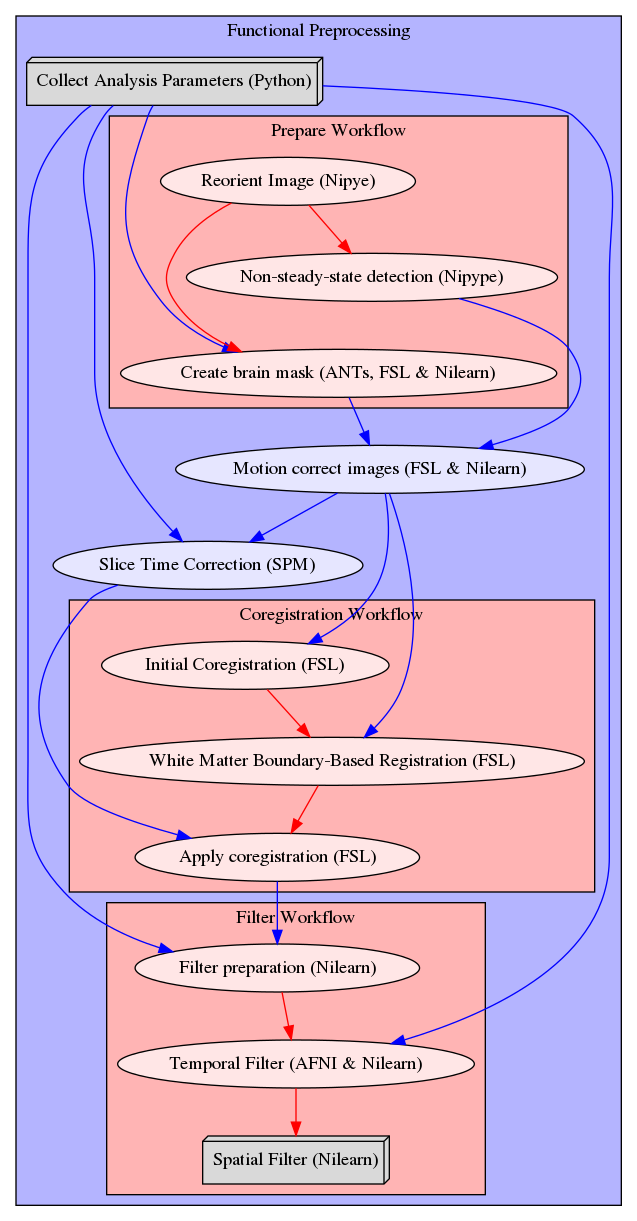
Above: static/preproc_func.png in miykael/fmriflows (Graphviz), before the change. Its source is kept beside it as static/preproc_func.dot. Its diagram source:
```dot
digraph preproc_func{
  subgraph cluster_preproc_func {
      edge [color="#0000FF"];
      style=filled;
      fillcolor="#B4B4FF";
      label="Functional Preprocessing";
      motion_correction[label="Motion correct images (FSL & Nilearn)", style=filled, fillcolor="#E6E6FF"];
      slice_time[label="Slice Time Correction (SPM)", style=filled, fillcolor="#E6E6FF"];
      get_Param[label="Collect Analysis Parameters (Python)", shape=box3d,style=filled, color=black, colorscheme=greys7, fillcolor=2];
    subgraph cluster_prepareflow {
            edge [color="#FF0000"];
            style=filled;
            fillcolor="#FFB4B4";
            label="Prepare Workflow";
            prepareflow_reorient[label="Reorient Image (Nipye)", style=filled, fillcolor="#FFE6E6"];
            prepareflow_nss_detection[label="Non-steady-state detection (Nipype)", style=filled, fillcolor="#FFE6E6"];
            prepareflow_brain_extraction[label="Create brain mask (ANTs, FSL & Nilearn)", style=filled, fillcolor="#FFE6E6"];
            prepareflow_reorient -> prepareflow_nss_detection;
            prepareflow_reorient -> prepareflow_brain_extraction;
            prepareflow_nss_detection -> prepareflow_brain_extraction [color="#00000000"];
    }
    subgraph cluster_coregflow {
            edge [color="#FF0000"];
            style=filled;
            fillcolor="#FFB4B4";
            label="Coregistration Workflow";
            coregflow_coreg_pre[label="Initial Coregistration (FSL)", style=filled, fillcolor="#FFE6E6"];
            coregflow_coreg_bbr[label="White Matter Boundary-Based Registration (FSL)", style=filled, fillcolor="#FFE6E6"];
            coregflow_apply_coreg[label="Apply coregistration (FSL)", style=filled, fillcolor="#FFE6E6"];
            coregflow_coreg_pre -> coregflow_coreg_bbr;
            coregflow_coreg_bbr -> coregflow_apply_coreg;
    }
    subgraph cluster_filterflow {
            edge [color="#FF0000"];
            style=filled;
            fillcolor="#FFB4B4";
            label="Filter Workflow";
            filterflow_filter_preparation[label="Filter preparation (Nilearn)", style=filled, fillcolor="#FFE6E6"];
            filterflow_temporal_filter[label="Temporal Filter (AFNI & Nilearn)", style=filled, fillcolor="#FFE6E6"];
            filterflow_spatial_filter[label="Spatial Filter (Nilearn)", shape=box3d,style=filled, color=black, colorscheme=greys7, fillcolor=2];
            filterflow_filter_preparation -> filterflow_temporal_filter;
            filterflow_temporal_filter -> filterflow_spatial_filter;
    }
    prepareflow_brain_extraction -> motion_correction;
    prepareflow_nss_detection -> motion_correction;
    motion_correction -> slice_time;
    motion_correction -> coregflow_coreg_pre;
    motion_correction -> coregflow_coreg_bbr;
    slice_time -> coregflow_apply_coreg;
    slice_time -> coregflow_coreg_pre [color="#00000000"];
    coregflow_apply_coreg -> filterflow_filter_preparation;
    get_Param -> slice_time;
    get_Param -> filterflow_filter_preparation;
    get_Param -> filterflow_temporal_filter;
    get_Param -> prepareflow_brain_extraction;
    get_Param -> prepareflow_reorient [color="#00000000"];
  }
}
```
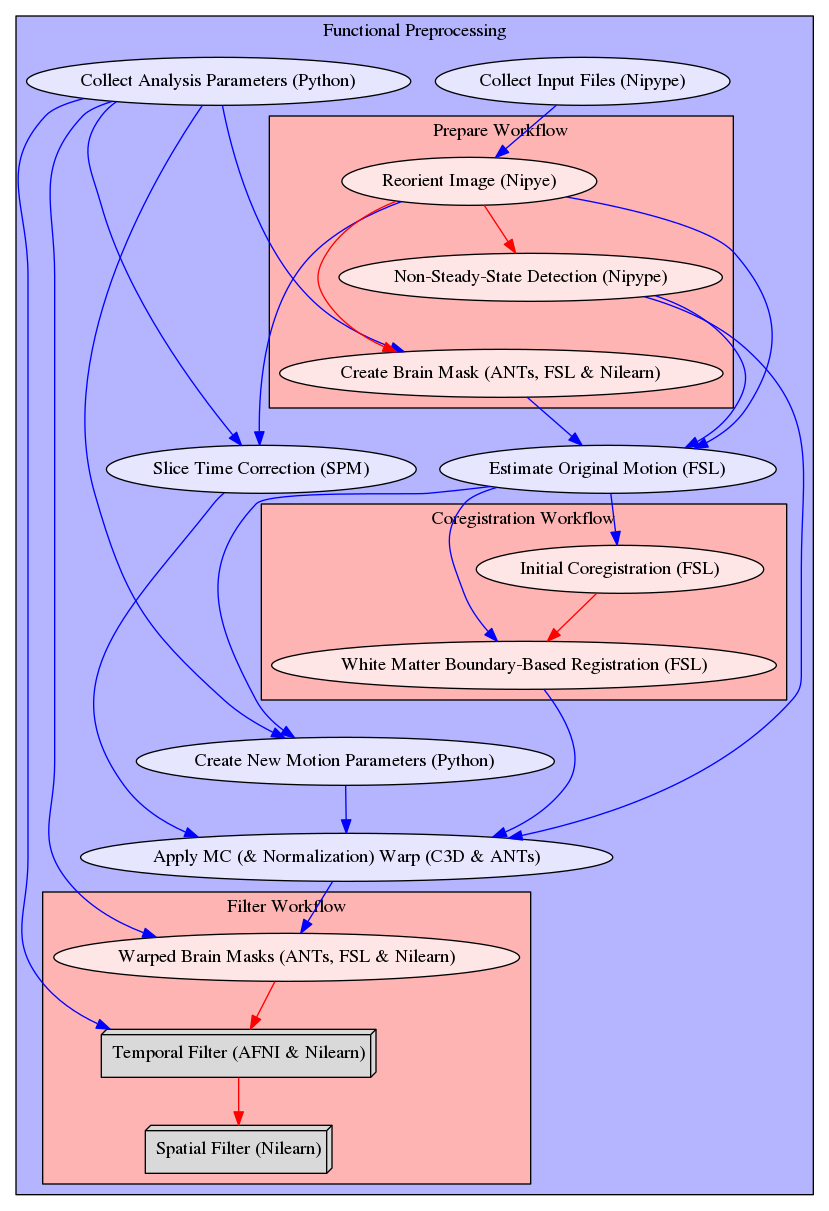
After the commit.

Commit message:
ENH: update overview figures

The edit, as a diff of the source:
```diff
@@ -4,20 +4,22 @@
       style=filled;
       fillcolor="#B4B4FF";
       label="Functional Preprocessing";
-      motion_correction[label="Motion correct images (FSL & Nilearn)", style=filled, fillcolor="#E6E6FF"];
+      motion_estimation[label="Estimate Original Motion (FSL)", style=filled, fillcolor="#E6E6FF"];
+      motion_parameters[label="Create New Motion Parameters (Python)", style=filled, fillcolor="#E6E6FF"];
       slice_time[label="Slice Time Correction (SPM)", style=filled, fillcolor="#E6E6FF"];
-      get_Param[label="Collect Analysis Parameters (Python)", shape=box3d,style=filled, color=black, colorscheme=greys7, fillcolor=2];
+      get_Param[label="Collect Analysis Parameters (Python)", style=filled, fillcolor="#E6E6FF"];
+      inputnode[label="Collect Input Files (Nipype)", style=filled, fillcolor="#E6E6FF"];
+      apply_warp[label="Apply MC (& Normalization) Warp (C3D & ANTs)", style=filled, fillcolor="#E6E6FF"];
     subgraph cluster_prepareflow {
             edge [color="#FF0000"];
             style=filled;
             fillcolor="#FFB4B4";
             label="Prepare Workflow";
             prepareflow_reorient[label="Reorient Image (Nipye)", style=filled, fillcolor="#FFE6E6"];
-            prepareflow_nss_detection[label="Non-steady-state detection (Nipype)", style=filled, fillcolor="#FFE6E6"];
-            prepareflow_brain_extraction[label="Create brain mask (ANTs, FSL & Nilearn)", style=filled, fillcolor="#FFE6E6"];
+            prepareflow_nss_detection[label="Non-Steady-State Detection (Nipype)", style=filled, fillcolor="#FFE6E6"];
+            prepareflow_brain_extraction[label="Create Brain Mask (ANTs, FSL & Nilearn)", style=filled, fillcolor="#FFE6E6"];
             prepareflow_reorient -> prepareflow_nss_detection;
             prepareflow_reorient -> prepareflow_brain_extraction;
-            prepareflow_nss_detection -> prepareflow_brain_extraction [color="#00000000"];
     }
     subgraph cluster_coregflow {
             edge [color="#FF0000"];
@@ -26,33 +28,40 @@
             label="Coregistration Workflow";
             coregflow_coreg_pre[label="Initial Coregistration (FSL)", style=filled, fillcolor="#FFE6E6"];
             coregflow_coreg_bbr[label="White Matter Boundary-Based Registration (FSL)", style=filled, fillcolor="#FFE6E6"];
-            coregflow_apply_coreg[label="Apply coregistration (FSL)", style=filled, fillcolor="#FFE6E6"];
             coregflow_coreg_pre -> coregflow_coreg_bbr;
-            coregflow_coreg_bbr -> coregflow_apply_coreg;
     }
     subgraph cluster_filterflow {
             edge [color="#FF0000"];
             style=filled;
             fillcolor="#FFB4B4";
             label="Filter Workflow";
-            filterflow_filter_preparation[label="Filter preparation (Nilearn)", style=filled, fillcolor="#FFE6E6"];
-            filterflow_temporal_filter[label="Temporal Filter (AFNI & Nilearn)", style=filled, fillcolor="#FFE6E6"];
+            filterflow_warp_masks[label="Warped Brain Masks (ANTs, FSL & Nilearn)", style=filled, fillcolor="#FFE6E6"];
+            filterflow_temporal_filter[label="Temporal Filter (AFNI & Nilearn)", shape=box3d,style=filled, color=black, colorscheme=greys7, fillcolor=2];
             filterflow_spatial_filter[label="Spatial Filter (Nilearn)", shape=box3d,style=filled, color=black, colorscheme=greys7, fillcolor=2];
-            filterflow_filter_preparation -> filterflow_temporal_filter;
+            filterflow_warp_masks -> filterflow_temporal_filter;
             filterflow_temporal_filter -> filterflow_spatial_filter;
     }
-    prepareflow_brain_extraction -> motion_correction;
-    prepareflow_nss_detection -> motion_correction;
-    motion_correction -> slice_time;
-    motion_correction -> coregflow_coreg_pre;
-    motion_correction -> coregflow_coreg_bbr;
-    slice_time -> coregflow_apply_coreg;
-    slice_time -> coregflow_coreg_pre [color="#00000000"];
-    coregflow_apply_coreg -> filterflow_filter_preparation;
+    get_Param -> prepareflow_reorient [color="#00000000"];
+    prepareflow_brain_extraction -> slice_time [color="#00000000"];
+    prepareflow_nss_detection -> prepareflow_brain_extraction [color="#00000000"];
+    coregflow_coreg_bbr -> motion_parameters [color="#00000000"];
+    inputnode -> prepareflow_reorient;
+    prepareflow_reorient -> motion_estimation;
+    prepareflow_brain_extraction -> motion_estimation;
+    prepareflow_nss_detection -> motion_estimation;
+    prepareflow_reorient -> slice_time;
+    motion_estimation -> coregflow_coreg_pre;
+    motion_estimation -> coregflow_coreg_bbr;
+    motion_estimation -> motion_parameters;
+    motion_parameters -> apply_warp;
+    slice_time -> apply_warp;
+    coregflow_coreg_bbr -> apply_warp;
+    prepareflow_nss_detection -> apply_warp;
+    apply_warp -> filterflow_warp_masks;
     get_Param -> slice_time;
-    get_Param -> filterflow_filter_preparation;
+    get_Param -> motion_parameters;
+    get_Param -> filterflow_warp_masks;
     get_Param -> filterflow_temporal_filter;
     get_Param -> prepareflow_brain_extraction;
-    get_Param -> prepareflow_reorient [color="#00000000"];
   }
 }
```
